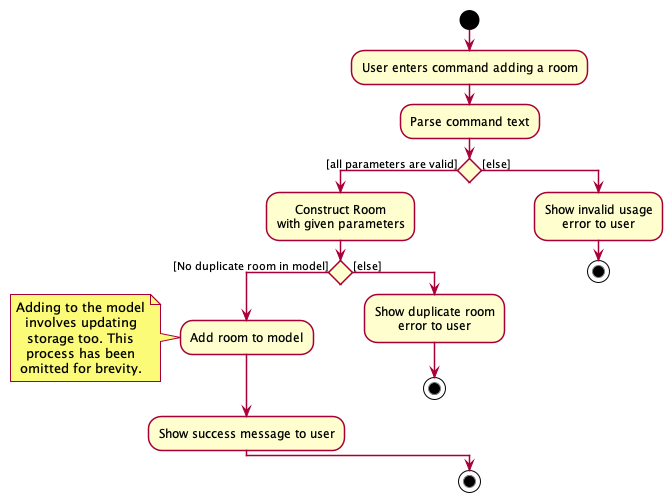
Above: docs/images/room/AddRoomCommandActivityDiagram.png in nus-cs2103-AY2021S2/tp (PlantUML), before the change. Source of this version:
```plantuml
@startuml
!include ../style.puml
start
:User enters command adding a room;
:Parse command text;
if () then ([all parameters are valid])
:Construct Room
with given parameters;
if () then ([No duplicate room in model])
:Add room to model;
note left
Adding to the model
involves updating
storage too. This
process has been
omitted for brevity.
end note
:Show success message to user;
else ([else])
:Show duplicate room
error to user;
stop
endif
else ([else])
:Show invalid usage
error to user;
stop
endif


stop
@enduml
```
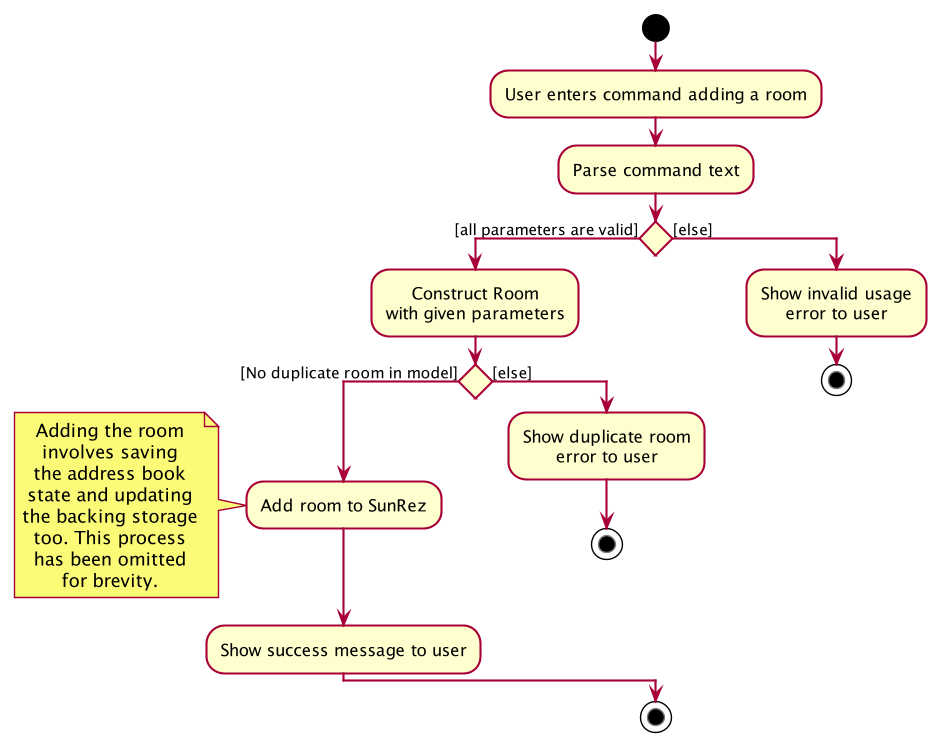
Later version of the same file.

What changed in the source:
```diff
@@ -7,13 +7,16 @@
 :Construct Room
 with given parameters;
 if () then ([No duplicate room in model])
-:Add room to model;
+:Add room to SunRez;
 note left
-Adding to the model
-involves updating
-storage too. This
-process has been
-omitted for brevity.
+Adding the room
+involves saving
+the address book
+state and updating
+the backing storage
+too. This process
+has been omitted
+for brevity.
 end note
 :Show success message to user;
 else ([else])
```
